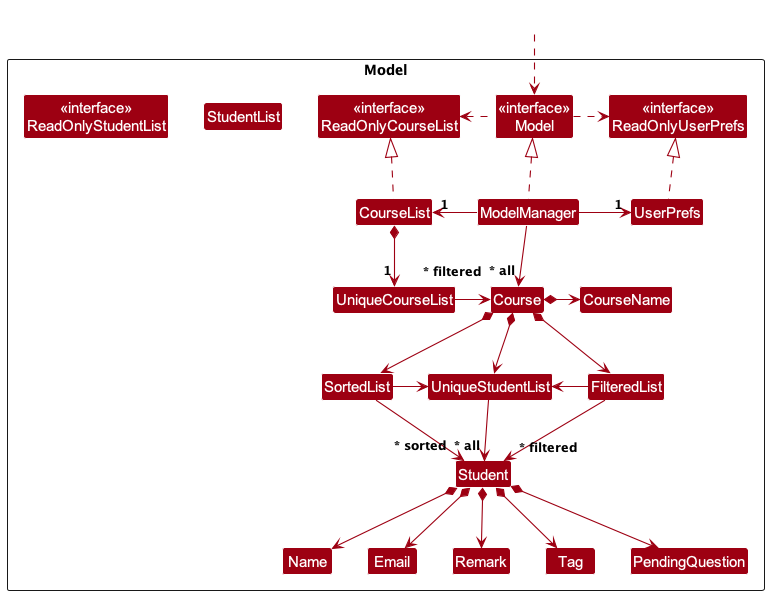
This is docs/images/ModelClassDiagram.png from tiongjjyi/tp, a PlantUML export, as it was before one commit.
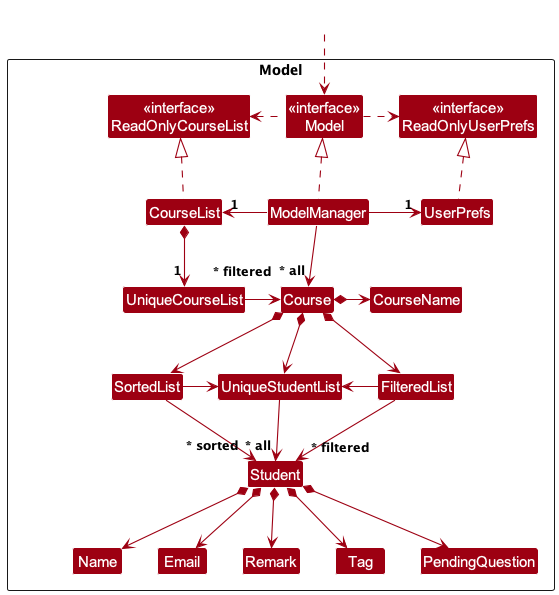
Later version of the same file.

Commit message:
Update Model diagram

The edit, as a diff of the source:
```diff
@@ -8,12 +8,9 @@
 Class "<<interface>>\nReadOnlyCourseList" as ReadOnlyCourseList
 Class "<<interface>>\nReadOnlyUserPrefs" as ReadOnlyUserPrefs
 Class "<<interface>>\nModel" as Model
-Class "<<interface>>\nReadOnlyStudentList" as ReadOnlyStudentList
 Class CourseList
 Class ModelManager
 Class UserPrefs
-Class StudentList
-
 
 Class UniqueCourseList
 Class UniqueStudentList
@@ -54,7 +51,6 @@
 FilteredList -right-> UniqueStudentList
 SortedList -right-> UniqueStudentList
 
-
 UniqueStudentList -down-> "~* all" Student
 FilteredList -left-> "~* filtered" Student
 SortedList -down-> "~* sorted" Student
```
